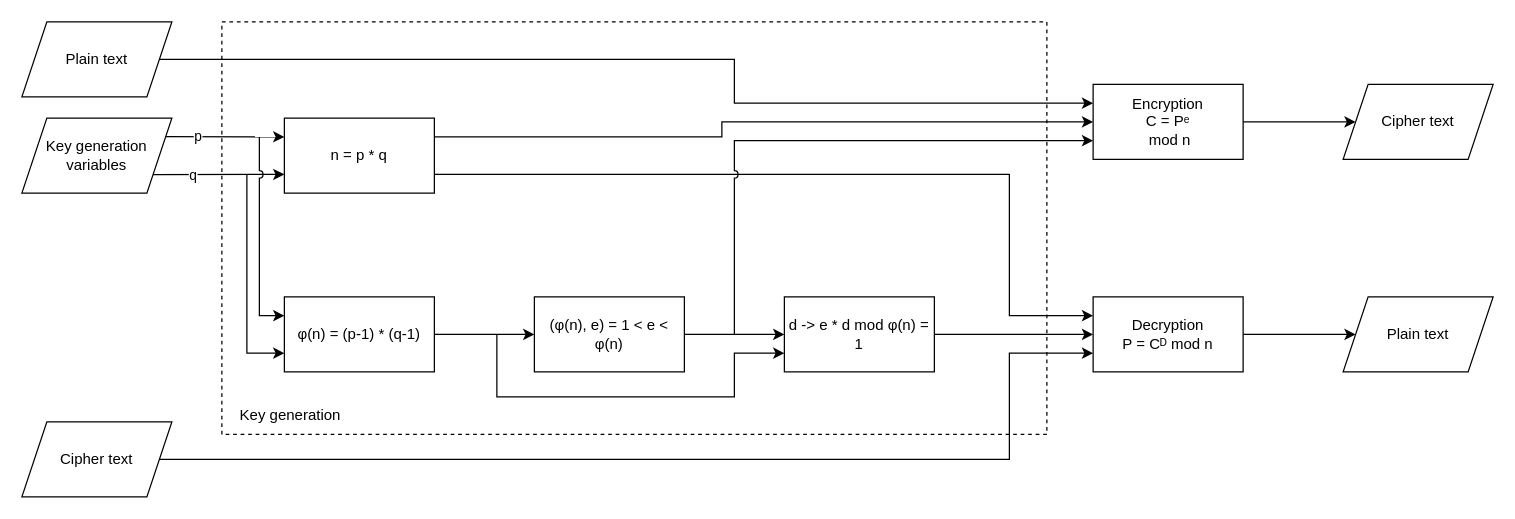
The draw.io diagram public/img/rsaPage/drawio/rsa_en.drawio in hejzlzd1/EducrypterUHK, before the edit. Source tidied: cells renumbered, new cells numbered last; positions are measured from the earlier drawing's top-left corner, leaving out a move shared by most shapes. Both pictures are drawn from the tidied source at 125%, with x=0, y=0 at pixel (21, 21).
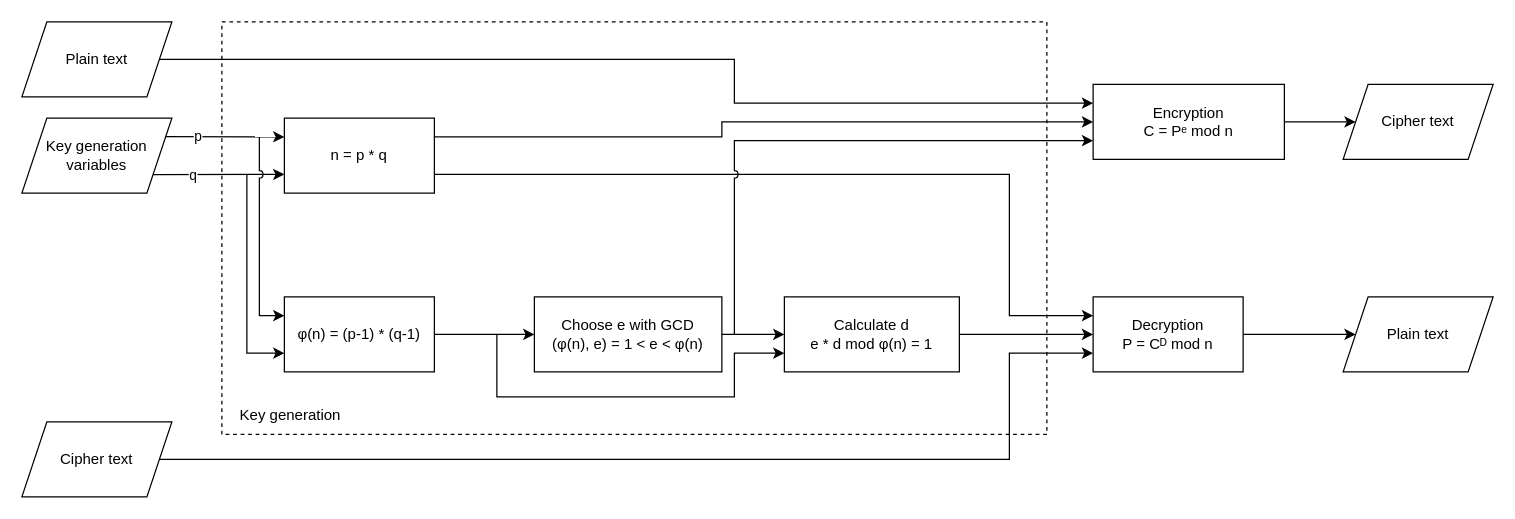
After the change.

The edit, as a diff of the source:
```diff
@@
-    <mxCell id="13" value="(φ(n), e) = 1 &amp;lt; e &amp;lt; φ(n)" style="whiteSpace=wrap;html=1;rounded=0;" parent="1" vertex="1">
-      <mxGeometry x="410" y="220" width="120" height="60" as="geometry" />
+    <mxCell id="13" value="Choose e with GCD&lt;br&gt;(φ(n), e) = 1 &amp;lt; e &amp;lt; φ(n)" style="whiteSpace=wrap;html=1;rounded=0;" parent="1" vertex="1">
+      <mxGeometry x="410" y="220" width="150" height="60" as="geometry" />
     </mxCell>
@@
-    <mxCell id="15" value="d -&amp;gt; e * d mod φ(n) = 1" style="whiteSpace=wrap;html=1;rounded=0;" parent="1" vertex="1">
-      <mxGeometry x="610" y="220" width="120" height="60" as="geometry" />
+    <mxCell id="15" value="Calculate d&lt;br&gt;e * d mod φ(n) = 1" style="whiteSpace=wrap;html=1;rounded=0;" parent="1" vertex="1">
+      <mxGeometry x="610" y="220" width="140" height="60" as="geometry" />
     </mxCell>
@@
-    <mxCell id="23" value="Encryption&lt;br&gt;C = Pᵉ&lt;br&gt;&amp;nbsp;mod n" style="rounded=0;whiteSpace=wrap;html=1;" parent="1" vertex="1">
-      <mxGeometry x="857" y="50" width="120" height="60" as="geometry" />
+    <mxCell id="23" value="Encryption&lt;br&gt;C = Pᵉ&amp;nbsp;mod n" style="rounded=0;whiteSpace=wrap;html=1;" parent="1" vertex="1">
+      <mxGeometry x="857" y="50" width="153" height="60" as="geometry" />
     </mxCell>
```
